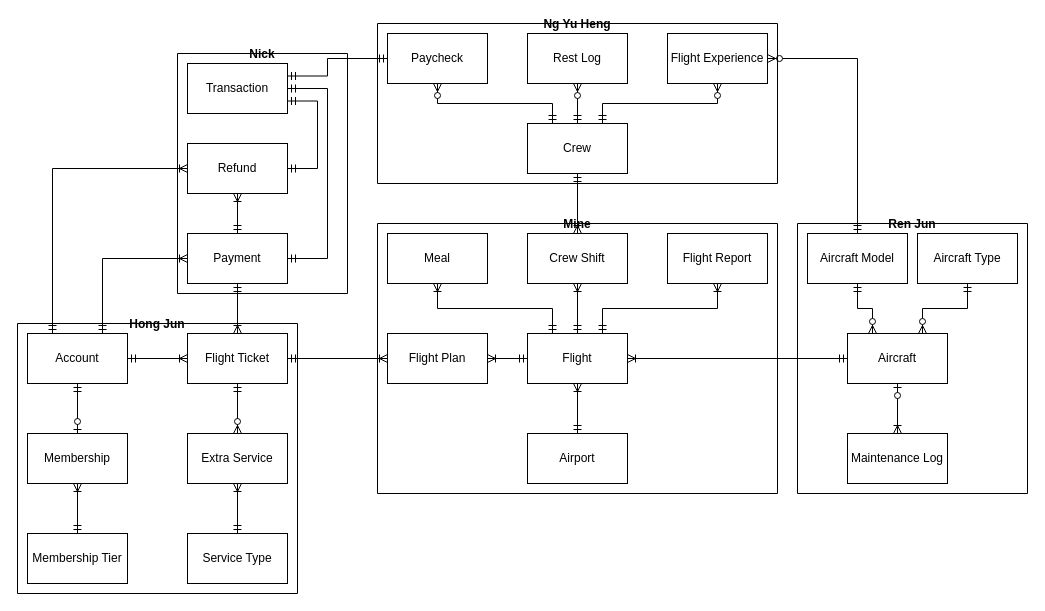
Above: erd.drawio in Poleric/database-design-assignment (draw.io), before the change. Source tidied: cells renumbered, new cells numbered last; positions are measured from the earlier drawing's top-left corner, leaving out a move shared by most shapes. Both pictures are drawn from the tidied source at 100%, with x=0, y=0 at pixel (17, 23).
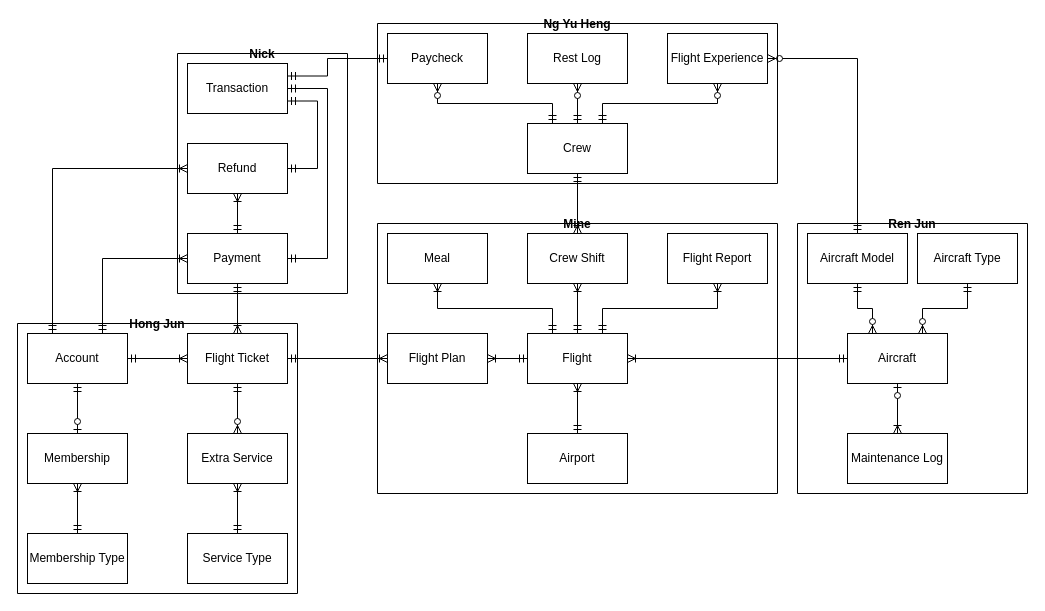
The same diagram, later.

Commit message (it also covers changes not shown here):
rename membership tier -> membership type

The edit, as a diff of the source:
```diff
@@
-    <mxCell id="31" value="Membership Tier" style="html=1;dashed=0;whiteSpace=wrap;" parent="1" vertex="1">
+    <mxCell id="31" value="Membership Type" style="html=1;dashed=0;whiteSpace=wrap;" parent="1" vertex="1">
       <mxGeometry x="10" y="510" width="100" height="50" as="geometry" />
     </mxCell>
```
